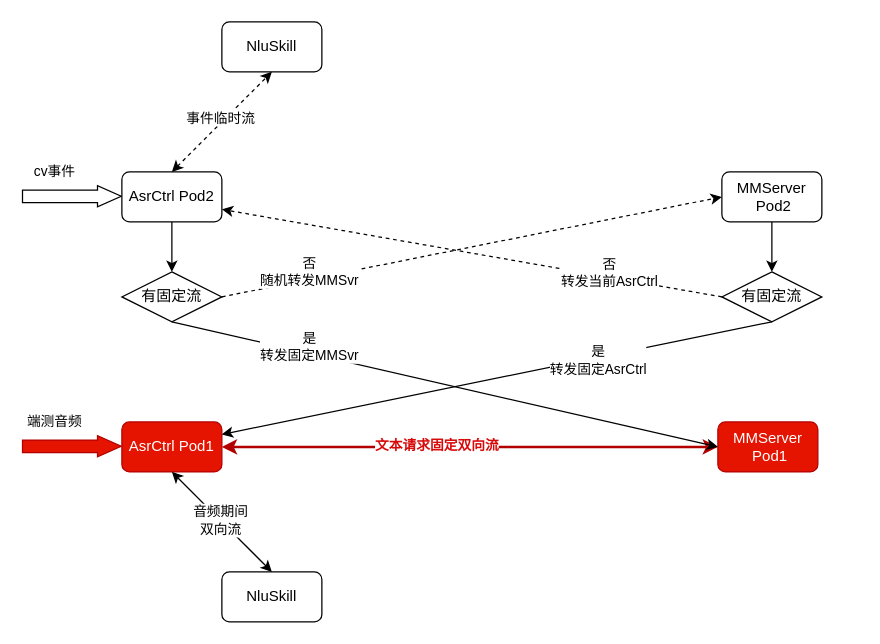
Before: 多模态事件转发流程.drawio in renzhan/drawio, a draw.io diagram. Source tidied: cells renumbered, new cells numbered last; positions are measured from the earlier drawing's top-left corner, leaving out a move shared by most shapes. Both pictures are drawn from the tidied source at 125%, with x=0, y=0 at pixel (21, 21).
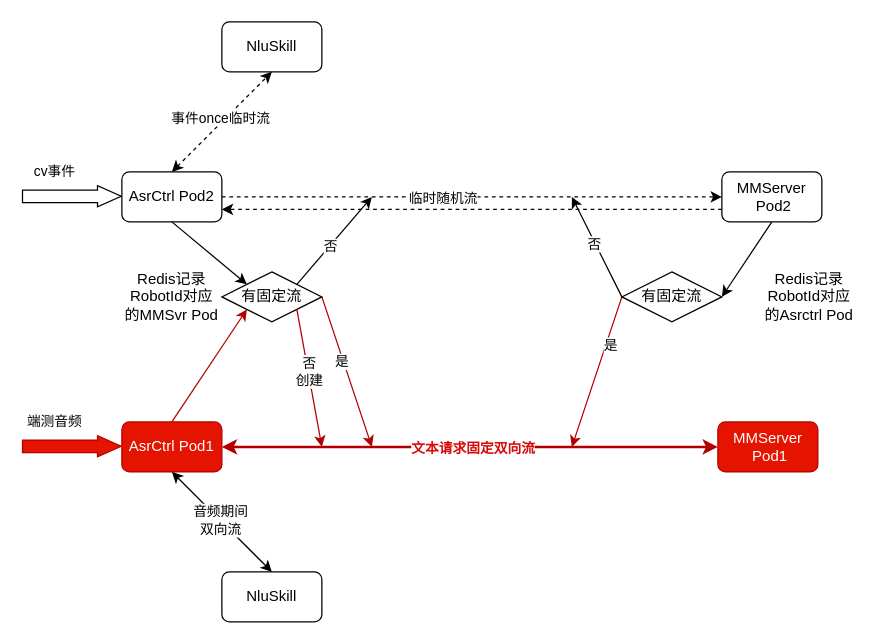
After the change.

Commit message (it also covers changes not shown here):
更新多模态事件转发流程.drawio

Unchanged cells that the change refers to:
```xml
<mxCell id="6" value="AsrCtrl Pod1" style="rounded=1;whiteSpace=wrap;html=1;fillColor=#e51400;fontColor=#ffffff;strokeColor=#B20000;" parent="1" vertex="1">
  <mxGeometry x="80" y="320" width="80" height="40" as="geometry" />
</mxCell>
<mxCell id="8" value="MMServer&lt;br&gt;&amp;nbsp;Pod1" style="rounded=1;whiteSpace=wrap;html=1;fillColor=#e51400;fontColor=#ffffff;strokeColor=#B20000;" parent="1" vertex="1">
  <mxGeometry x="556.8" y="320" width="80" height="40" as="geometry" />
</mxCell>
<mxCell id="10" value="AsrCtrl Pod2" style="rounded=1;whiteSpace=wrap;html=1;" parent="1" vertex="1">
  <mxGeometry x="80" y="120" width="80" height="40" as="geometry" />
</mxCell>
<mxCell id="12" value="MMServer&lt;br&gt;&amp;nbsp;Pod2" style="rounded=1;whiteSpace=wrap;html=1;" parent="1" vertex="1">
  <mxGeometry x="560" y="120" width="80" height="40" as="geometry" />
</mxCell>
<mxCell id="13" style="endArrow=classic;startArrow=classic;html=1;rounded=0;entryX=0;entryY=0.5;entryDx=0;entryDy=0;fillColor=#e51400;strokeColor=#B20000;strokeWidth=2;" parent="1" edge="1" source="6" target="8">
  <mxGeometry relative="1" as="geometry" />
</mxCell>
<mxCell id="28" style="endArrow=classic;startArrow=classic;html=1;rounded=0;entryX=0.5;entryY=1;entryDx=0;entryDy=0;dashed=1;" parent="1" edge="1" target="27">
  <mxGeometry relative="1" as="geometry">
    <mxPoint x="120" y="120" as="sourcePoint" />
  </mxGeometry>
</mxCell>
```

The edit, as a diff of the source:
```diff
@@
+    <mxCell id="30" style="rounded=0;jettySize=auto;html=1;exitX=0.5;exitY=0;exitDx=0;exitDy=0;entryX=0;entryY=1;entryDx=0;entryDy=0;fillColor=#e51400;strokeColor=#B20000;" parent="1" edge="1" source="6" target="24">
+      <mxGeometry relative="1" as="geometry" />
+    </mxCell>
@@
-    <mxCell id="9" style="edgeStyle=orthogonalEdgeStyle;rounded=0;jettySize=auto;html=1;exitX=0.5;exitY=1;exitDx=0;exitDy=0;entryX=0.5;entryY=0;entryDx=0;entryDy=0;" parent="1" edge="1" source="10" target="24">
+    <mxCell id="9" style="rounded=0;jettySize=auto;html=1;exitX=0.5;exitY=1;exitDx=0;exitDy=0;entryX=0;entryY=0;entryDx=0;entryDy=0;" parent="1" edge="1" source="10" target="24">
       <mxGeometry relative="1" as="geometry" />
     </mxCell>
@@
-    <mxCell id="11" style="edgeStyle=orthogonalEdgeStyle;rounded=0;jettySize=auto;html=1;exitX=0.5;exitY=1;exitDx=0;exitDy=0;entryX=0.5;entryY=0;entryDx=0;entryDy=0;" parent="1" edge="1" source="12" target="21">
+    <mxCell id="11" style="rounded=0;jettySize=auto;html=1;exitX=0.5;exitY=1;exitDx=0;exitDy=0;entryX=1;entryY=0.5;entryDx=0;entryDy=0;" parent="1" edge="1" source="12" target="21">
       <mxGeometry relative="1" as="geometry" />
     </mxCell>
@@
     <mxCell id="14" value="文本请求固定双向流" style="edgeLabel;html=1;align=center;verticalAlign=middle;fontColor=#d70909;fontStyle=1;" parent="13" vertex="1">
-      <mxGeometry x="-0.14" y="2" relative="1" as="geometry" />
+      <mxGeometry x="-0.14" y="2" relative="1" as="geometry">
+        <mxPoint x="29" y="2" as="offset" />
+      </mxGeometry>
     </mxCell>
-    <mxCell id="15" style="endArrow=classic;html=1;rounded=0;entryX=0;entryY=0.5;entryDx=0;entryDy=0;dashed=1;exitX=1;exitY=0.5;exitDx=0;exitDy=0;" parent="1" edge="1" source="24" target="12">
+    <mxCell id="15" style="endArrow=classic;html=1;rounded=0;entryX=0;entryY=0.5;entryDx=0;entryDy=0;dashed=1;exitX=1;exitY=0.5;exitDx=0;exitDy=0;" parent="1" edge="1" source="10" target="12">
       <mxGeometry relative="1" as="geometry" />
     </mxCell>
-    <mxCell id="16" value="否&lt;br&gt;随机转发MMSvr" style="edgeLabel;html=1;align=center;verticalAlign=middle;" parent="15" vertex="1">
-      <mxGeometry x="-0.22" y="1" relative="1" as="geometry">
-        <mxPoint x="-86" y="12" as="offset" />
-      </mxGeometry>
-    </mxCell>
+    <mxCell id="31" value="临时随机流" style="edgeLabel;html=1;align=center;verticalAlign=middle;" parent="15" vertex="1">
+      <mxGeometry x="-0.12" relative="1" as="geometry" />
+    </mxCell>
-    <mxCell id="17" style="rounded=0;jettySize=auto;html=1;exitX=0.5;exitY=1;exitDx=0;exitDy=0;entryX=1;entryY=0.25;entryDx=0;entryDy=0;" parent="1" edge="1" source="21" target="6">
-      <mxGeometry relative="1" as="geometry" />
+    <mxCell id="17" style="rounded=0;jettySize=auto;html=1;exitX=0;exitY=0.5;exitDx=0;exitDy=0;fillColor=#e51400;strokeColor=#B20000;" parent="1" edge="1" source="21">
+      <mxGeometry relative="1" as="geometry">
+        <mxPoint x="440" y="340" as="targetPoint" />
+      </mxGeometry>
     </mxCell>
-    <mxCell id="18" value="是&lt;br&gt;转发固定AsrCtrl" style="edgeLabel;html=1;align=center;verticalAlign=middle;" parent="17" vertex="1">
+    <mxCell id="18" value="是" style="edgeLabel;html=1;align=center;verticalAlign=middle;" parent="17" vertex="1">
       <mxGeometry x="-0.36" y="2" relative="1" as="geometry">
         <mxPoint x="1" as="offset" />
       </mxGeometry>
     </mxCell>
-    <mxCell id="19" style="rounded=0;jettySize=auto;html=1;exitX=0;exitY=0.5;exitDx=0;exitDy=0;entryX=1;entryY=0.75;entryDx=0;entryDy=0;dashed=1;" parent="1" edge="1" source="21" target="10">
+    <mxCell id="19" style="rounded=0;jettySize=auto;html=1;exitX=0;exitY=0.75;exitDx=0;exitDy=0;dashed=1;entryX=1;entryY=0.75;entryDx=0;entryDy=0;" parent="1" edge="1" source="12" target="10">
       <mxGeometry relative="1" as="geometry" />
     </mxCell>
-    <mxCell id="20" value="否&lt;br&gt;转发当前AsrCtrl" style="edgeLabel;html=1;align=center;verticalAlign=middle;" parent="19" vertex="1">
-      <mxGeometry x="-0.18" y="-1" relative="1" as="geometry">
-        <mxPoint x="73" y="10" as="offset" />
-      </mxGeometry>
-    </mxCell>
     <mxCell id="21" value="有固定流" style="rhombus;whiteSpace=wrap;html=1;" parent="1" vertex="1">
-      <mxGeometry x="560" y="200" width="80" height="40" as="geometry" />
+      <mxGeometry x="480" y="200" width="80" height="40" as="geometry" />
     </mxCell>
-    <mxCell id="22" style="rounded=0;jettySize=auto;html=1;exitX=0.5;exitY=1;exitDx=0;exitDy=0;entryX=0;entryY=0.5;entryDx=0;entryDy=0;" parent="1" edge="1" source="24" target="8">
-      <mxGeometry relative="1" as="geometry" />
+    <mxCell id="22" style="rounded=0;jettySize=auto;html=1;exitX=1;exitY=0.5;exitDx=0;exitDy=0;fillColor=#e51400;strokeColor=#B20000;" parent="1" edge="1" source="24">
+      <mxGeometry relative="1" as="geometry">
+        <mxPoint x="280" y="340" as="targetPoint" />
+      </mxGeometry>
     </mxCell>
-    <mxCell id="23" value="是&lt;br&gt;转发固定MMSvr" style="edgeLabel;html=1;align=center;verticalAlign=middle;" parent="22" vertex="1">
-      <mxGeometry x="-0.2" y="1" relative="1" as="geometry">
-        <mxPoint x="-65" y="-19" as="offset" />
-      </mxGeometry>
-    </mxCell>
+    <mxCell id="32" value="是" style="edgeLabel;html=1;align=center;verticalAlign=middle;" parent="22" vertex="1">
+      <mxGeometry x="-0.15" y="-2" relative="1" as="geometry" />
+    </mxCell>
     <mxCell id="24" value="有固定流" style="rhombus;whiteSpace=wrap;html=1;" parent="1" vertex="1">
-      <mxGeometry x="80" y="200" width="80" height="40" as="geometry" />
+      <mxGeometry x="160" y="200" width="80" height="40" as="geometry" />
     </mxCell>
@@
-    <mxCell id="29" value="事件临时流" style="edgeLabel;html=1;align=center;verticalAlign=middle;" parent="28" vertex="1">
+    <mxCell id="29" value="事件once临时流" style="edgeLabel;html=1;align=center;verticalAlign=middle;" parent="28" vertex="1">
       <mxGeometry x="0.01" y="4" relative="1" as="geometry">
         <mxPoint x="1" as="offset" />
       </mxGeometry>
     </mxCell>
+    <mxCell id="33" style="endArrow=classic;html=1;rounded=0;exitX=1;exitY=0;exitDx=0;exitDy=0;" parent="1" edge="1" source="24">
+      <mxGeometry relative="1" as="geometry">
+        <mxPoint x="280" y="140" as="targetPoint" />
+      </mxGeometry>
+    </mxCell>
+    <mxCell id="34" value="否" style="edgeLabel;html=1;align=center;verticalAlign=middle;" parent="33" vertex="1">
+      <mxGeometry x="-0.14" y="-1" relative="1" as="geometry">
+        <mxPoint y="-1" as="offset" />
+      </mxGeometry>
+    </mxCell>
+    <mxCell id="35" style="endArrow=classic;html=1;rounded=0;exitX=0;exitY=0.5;exitDx=0;exitDy=0;" parent="1" edge="1" source="21">
+      <mxGeometry relative="1" as="geometry">
+        <mxPoint x="440" y="140" as="targetPoint" />
+      </mxGeometry>
+    </mxCell>
+    <mxCell id="36" value="否" style="edgeLabel;html=1;align=center;verticalAlign=middle;" parent="35" vertex="1">
+      <mxGeometry x="0.08" relative="1" as="geometry">
+        <mxPoint x="-1" as="offset" />
+      </mxGeometry>
+    </mxCell>
+    <mxCell id="37" style="rounded=0;jettySize=auto;html=1;exitX=1;exitY=1;exitDx=0;exitDy=0;fillColor=#e51400;strokeColor=#B20000;" parent="1" edge="1" source="24">
+      <mxGeometry relative="1" as="geometry">
+        <mxPoint x="240" y="340" as="targetPoint" />
+      </mxGeometry>
+    </mxCell>
+    <mxCell id="38" value="否&lt;br&gt;创建" style="edgeLabel;html=1;align=center;verticalAlign=middle;" parent="37" vertex="1">
+      <mxGeometry x="-0.11" y="1" relative="1" as="geometry" />
+    </mxCell>
+    <mxCell id="39" value="Redis记录RobotId对应的Asrctrl Pod" style="text;html=1;strokeColor=none;fillColor=none;align=center;verticalAlign=middle;whiteSpace=wrap;rounded=0;" parent="1" vertex="1">
+      <mxGeometry x="590" y="205" width="80" height="30" as="geometry" />
+    </mxCell>
+    <mxCell id="40" value="Redis记录RobotId对应的MMSvr Pod" style="text;html=1;strokeColor=none;fillColor=none;align=center;verticalAlign=middle;whiteSpace=wrap;rounded=0;" parent="1" vertex="1">
+      <mxGeometry x="80" y="205" width="80" height="30" as="geometry" />
+    </mxCell>
```
